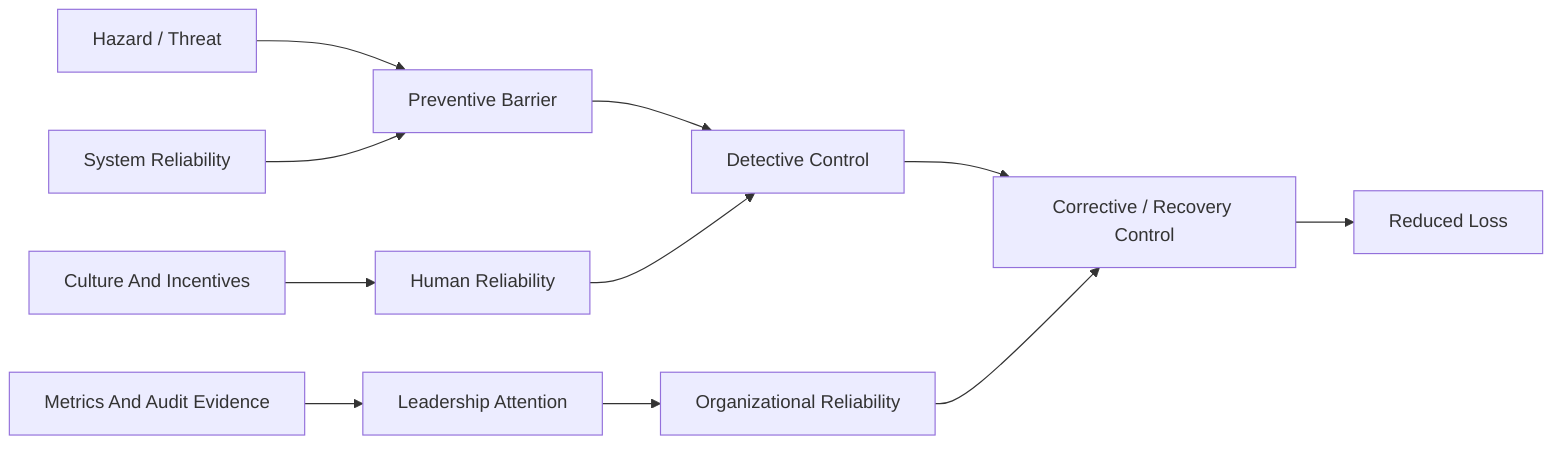
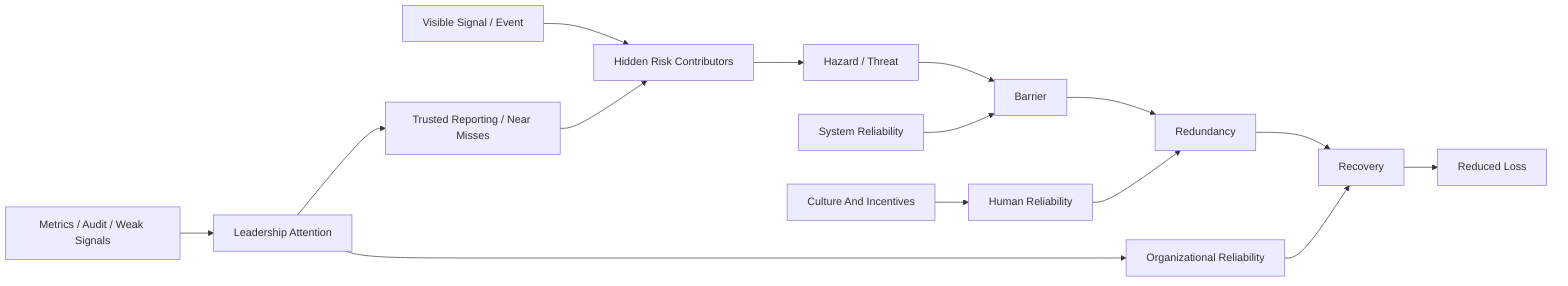
flowchart LR
-   Hazard[Hazard / Threat] --> Barrier1[Preventive Barrier]
-   Barrier1 --> Barrier2[Detective Control]
-   Barrier2 --> Barrier3[Corrective / Recovery Control]
+   Signal[Visible Signal / Event] --> Iceberg[Hidden Risk Contributors]
+   Iceberg --> Hazard[Hazard / Threat]
+   Hazard --> Barrier1[Barrier]
+   Barrier1 --> Barrier2[Redundancy]
+   Barrier2 --> Barrier3[Recovery]
  Barrier3 --> Outcome[Reduced Loss]

  System[System Reliability] --> Barrier1
  Human[Human Reliability] --> Barrier2
  Org[Organizational Reliability] --> Barrier3
  Culture[Culture And Incentives] --> Human
+   Reporting[Trusted Reporting / Near Misses] --> Iceberg
  Leadership[Leadership Attention] --> Org
-   Metrics[Metrics And Audit Evidence] --> Leadership
+   Metrics[Metrics / Audit / Weak Signals] --> Leadership
+   Leadership --> Reporting
